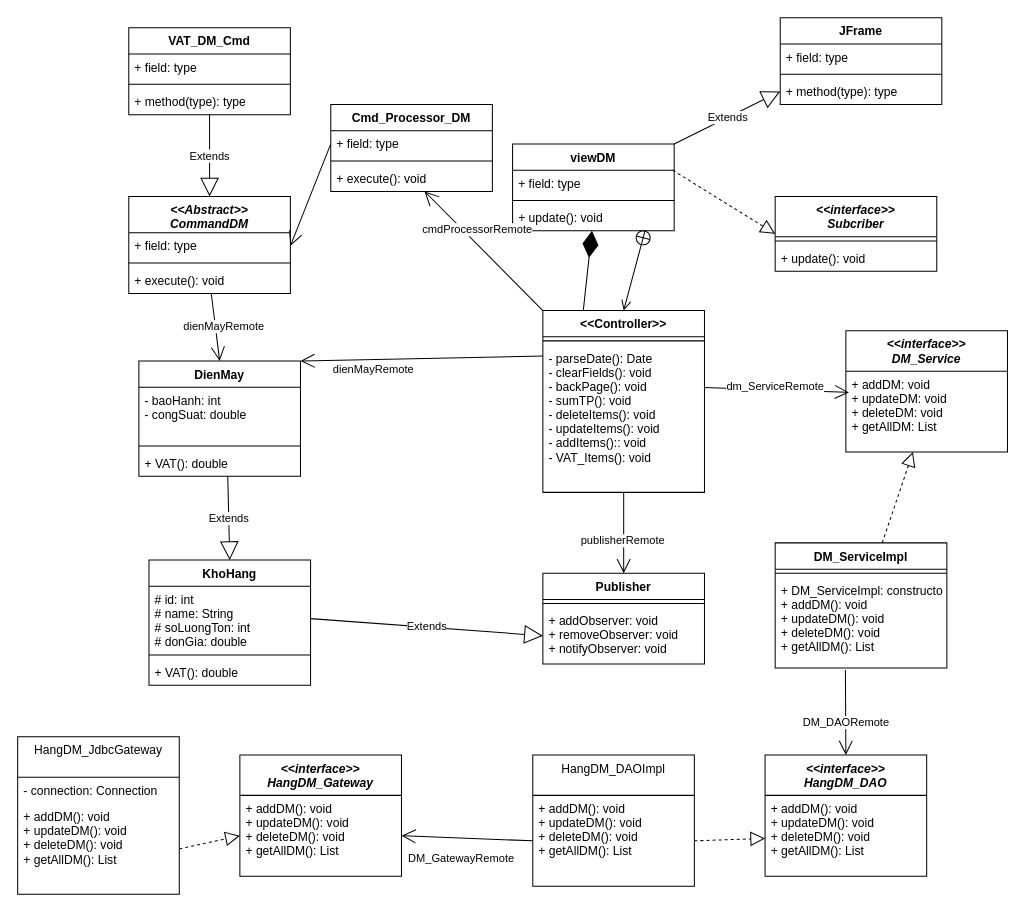
Earlier version of the draw.io diagram page "DienMay" (3 of 11) of Diagrams.drawio (TMChi3n/DesignPattern). Source tidied: cells renumbered, new cells numbered last; positions are measured from the earlier drawing's top-left corner, leaving out a move shared by most shapes. Both pictures are drawn from the tidied source at 101%, with x=0, y=0 at pixel (17, 17).
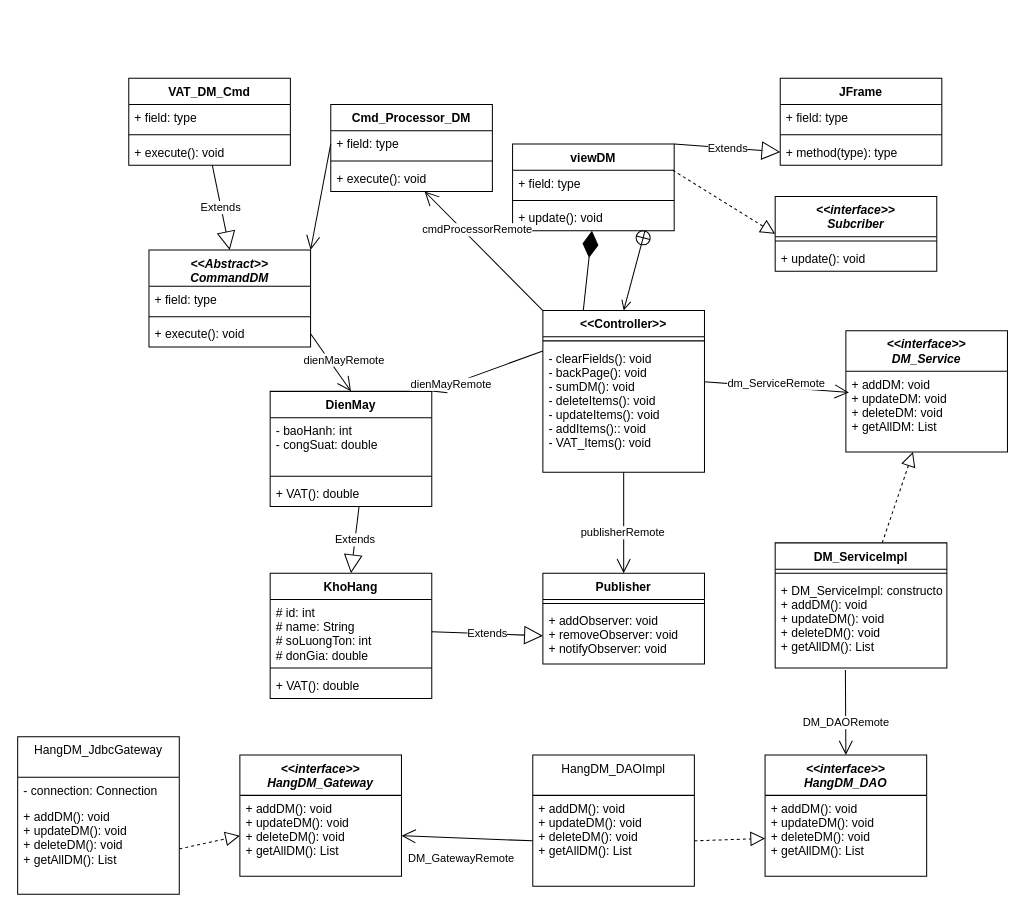
The same page after the edit.

Unchanged cells that the change refers to:
```xml
<mxCell id="60" value="+ field: type" style="text;strokeColor=none;fillColor=none;align=left;verticalAlign=top;spacingLeft=4;spacingRight=4;overflow=hidden;points=[[0,0.5],[1,0.5]];portConstraint=eastwest;whiteSpace=wrap;html=1;" parent="59" vertex="1">
  <mxGeometry y="26" width="160" height="26" as="geometry" />
</mxCell>
<mxCell id="64" value="+ field: type" style="text;strokeColor=none;fillColor=none;align=left;verticalAlign=top;spacingLeft=4;spacingRight=4;overflow=hidden;points=[[0,0.5],[1,0.5]];portConstraint=eastwest;whiteSpace=wrap;html=1;" parent="63" vertex="1">
  <mxGeometry y="36" width="160" height="26" as="geometry" />
</mxCell>
<mxCell id="66" value="+ execute(): void" style="text;strokeColor=none;fillColor=none;align=left;verticalAlign=top;spacingLeft=4;spacingRight=4;overflow=hidden;points=[[0,0.5],[1,0.5]];portConstraint=eastwest;whiteSpace=wrap;html=1;" parent="63" vertex="1">
  <mxGeometry y="70" width="160" height="26" as="geometry" />
</mxCell>
```

What changed in the source:
```diff
@@
     <mxCell id="23" value="DienMay" style="swimlane;fontStyle=1;align=center;verticalAlign=top;horizontal=1;startSize=26;" parent="1" vertex="1">
-      <mxGeometry x="120" y="340" width="160" height="114" as="geometry" />
+      <mxGeometry x="250" y="370" width="160" height="114" as="geometry" />
     </mxCell>
@@
     <mxCell id="27" value="KhoHang" style="swimlane;fontStyle=1;align=center;verticalAlign=top;horizontal=1;startSize=26;" parent="1" vertex="1">
-      <mxGeometry x="130" y="537" width="160" height="124" as="geometry" />
+      <mxGeometry x="250" y="550" width="160" height="124" as="geometry" />
     </mxCell>
@@
     <mxCell id="39" value="&lt;&lt;Controller&gt;&gt;" style="swimlane;fontStyle=1;align=center;verticalAlign=top;horizontal=1;startSize=26;" parent="1" vertex="1">
-      <mxGeometry x="520" y="290" width="160" height="180" as="geometry" />
+      <mxGeometry x="520" y="290" width="160" height="160" as="geometry" />
     </mxCell>
@@
-    <mxCell id="41" value="- parseDate(): Date&#10;- clearFields(): void&#10;- backPage(): void&#10;- sumTP(): void&#10;- deleteItems(): void&#10;- updateItems(): void&#10;- addItems():: void&#10;- VAT_Items(): void&#10;" style="text;strokeColor=none;fillColor=none;align=left;verticalAlign=top;spacingLeft=4;spacingRight=4;overflow=hidden;points=[[0,0.5],[1,0.5]];portConstraint=eastwest;" parent="39" vertex="1">
-      <mxGeometry y="34" width="160" height="146" as="geometry" />
+    <mxCell id="41" value="- clearFields(): void&#10;- backPage(): void&#10;- sumDM(): void&#10;- deleteItems(): void&#10;- updateItems(): void&#10;- addItems():: void&#10;- VAT_Items(): void&#10;" style="text;strokeColor=none;fillColor=none;align=left;verticalAlign=top;spacingLeft=4;spacingRight=4;overflow=hidden;points=[[0,0.5],[1,0.5]];portConstraint=eastwest;" parent="39" vertex="1">
+      <mxGeometry y="34" width="160" height="126" as="geometry" />
     </mxCell>
@@
     <mxCell id="44" value="JFrame" style="swimlane;fontStyle=1;align=center;verticalAlign=top;horizontal=1;startSize=26;" parent="1" vertex="1">
-      <mxGeometry x="755" width="160" height="86" as="geometry" />
+      <mxGeometry x="755" y="60" width="160" height="86" as="geometry" />
     </mxCell>
@@
     <mxCell id="63" value="&lt;i style=&quot;&quot;&gt;&amp;lt;&amp;lt;Abstract&amp;gt;&amp;gt;&lt;br&gt;CommandDM&lt;/i&gt;" style="swimlane;fontStyle=1;align=center;verticalAlign=top;horizontal=1;startSize=36;whiteSpace=wrap;html=1;" parent="1" vertex="1">
-      <mxGeometry x="110" y="177" width="160" height="96" as="geometry" />
+      <mxGeometry x="130" y="230" width="160" height="96" as="geometry" />
     </mxCell>
@@
     <mxCell id="67" value="VAT_DM_Cmd" style="swimlane;fontStyle=1;align=center;verticalAlign=top;horizontal=1;startSize=26;whiteSpace=wrap;html=1;" parent="1" vertex="1">
-      <mxGeometry x="110" y="10" width="160" height="86" as="geometry" />
+      <mxGeometry x="110" y="60" width="160" height="86" as="geometry" />
     </mxCell>
@@
-    <mxCell id="70" value="+ method(type): type" style="text;strokeColor=none;fillColor=none;align=left;verticalAlign=top;spacingLeft=4;spacingRight=4;overflow=hidden;points=[[0,0.5],[1,0.5]];portConstraint=eastwest;whiteSpace=wrap;html=1;" parent="67" vertex="1">
+    <mxCell id="70" value="+ execute(): void" style="text;strokeColor=none;fillColor=none;align=left;verticalAlign=top;spacingLeft=4;spacingRight=4;overflow=hidden;points=[[0,0.5],[1,0.5]];portConstraint=eastwest;whiteSpace=wrap;html=1;" parent="67" vertex="1">
       <mxGeometry y="60" width="160" height="26" as="geometry" />
     </mxCell>
-    <mxCell id="71" style="endArrow=open;endFill=1;endSize=12;html=1;entryX=1;entryY=0.5;entryDx=0;entryDy=0;exitX=0;exitY=0.5;exitDx=0;exitDy=0;" parent="1" edge="1" source="60" target="64">
+    <mxCell id="71" style="endArrow=open;endFill=1;endSize=12;html=1;entryX=1;entryY=0;entryDx=0;entryDy=0;exitX=0;exitY=0.5;exitDx=0;exitDy=0;" parent="1" edge="1" source="60" target="63">
       <mxGeometry relative="1" as="geometry" />
     </mxCell>
-    <mxCell id="72" style="endArrow=open;endFill=1;endSize=12;html=1;entryX=0.5;entryY=0;entryDx=0;entryDy=0;exitX=0.51;exitY=0.985;exitDx=0;exitDy=0;exitPerimeter=0;" parent="1" edge="1" source="66" target="23">
+    <mxCell id="72" style="endArrow=open;endFill=1;endSize=12;html=1;entryX=0.5;entryY=0;entryDx=0;entryDy=0;exitX=1;exitY=0.5;exitDx=0;exitDy=0;" parent="1" edge="1" source="66" target="23">
       <mxGeometry relative="1" as="geometry" />
     </mxCell>
```
